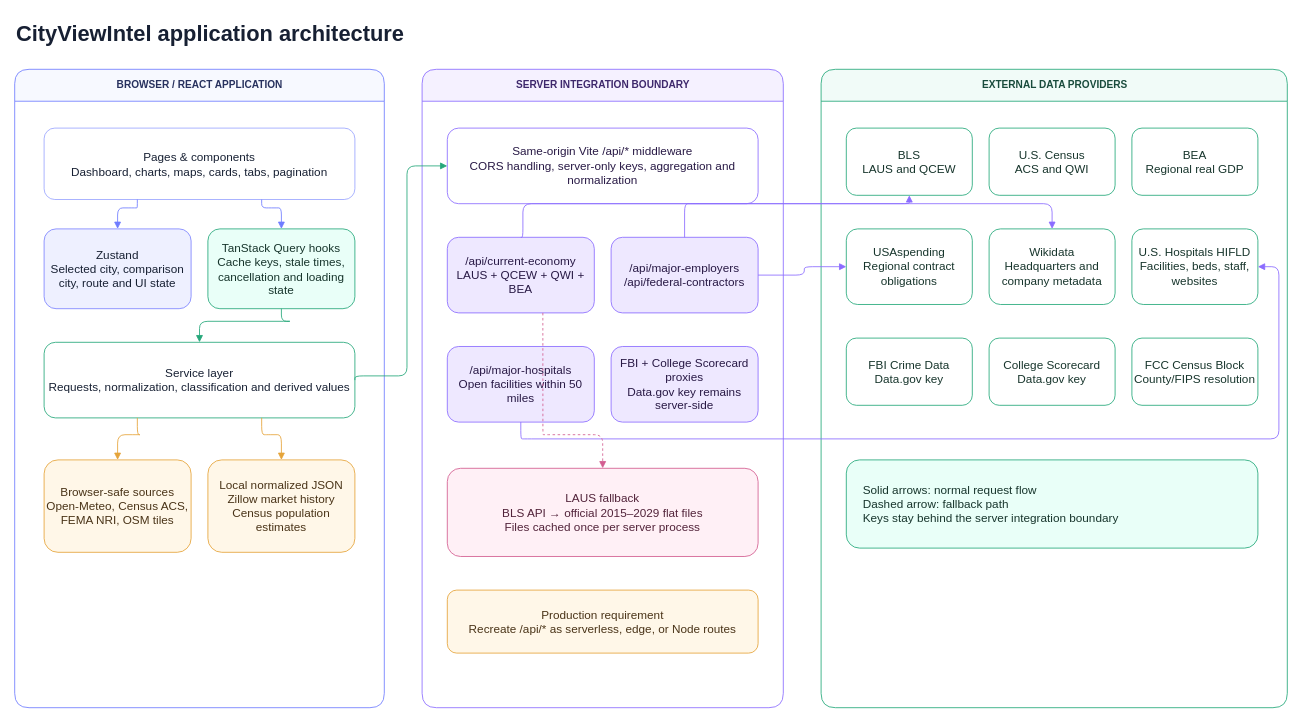
This is docs/homeintel-architecture.drawio from Ethanlloyd21/homeIntel, a draw.io file, before an edit. Source tidied: cells renumbered, new cells numbered last; positions are measured from the earlier drawing's top-left corner, leaving out a move shared by most shapes. Both pictures are drawn from the tidied source at 84%, with x=0, y=0 at pixel (14, 14).
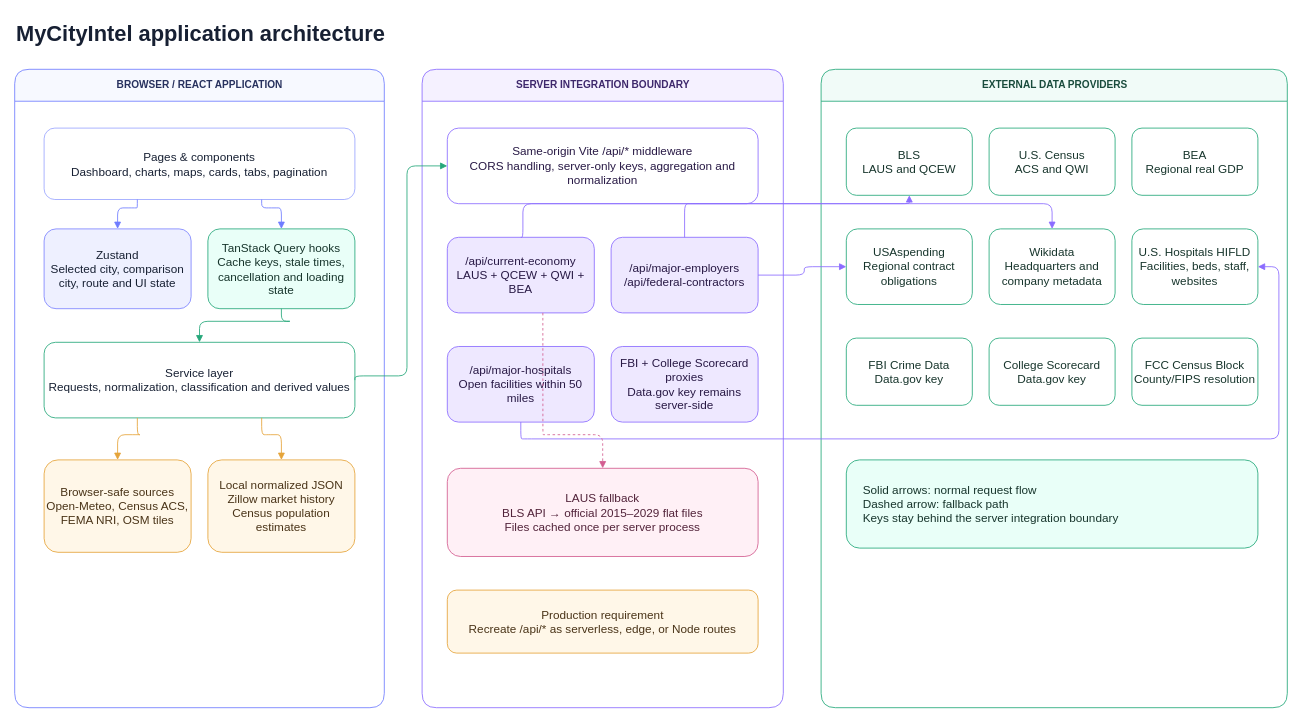
The same page after the edit.

The edit, as a diff of the source:
```diff
@@
-    <mxCell id="2" value="CityViewIntel application architecture" style="text;html=1;fontSize=26;fontStyle=1;fontColor=#172033;align=left;verticalAlign=middle;" parent="1" vertex="1">
+    <mxCell id="2" value="MyCityIntel application architecture" style="text;html=1;fontSize=26;fontStyle=1;fontColor=#172033;align=left;verticalAlign=middle;" parent="1" vertex="1">
       <mxGeometry width="600" height="45" as="geometry" />
     </mxCell>
```
